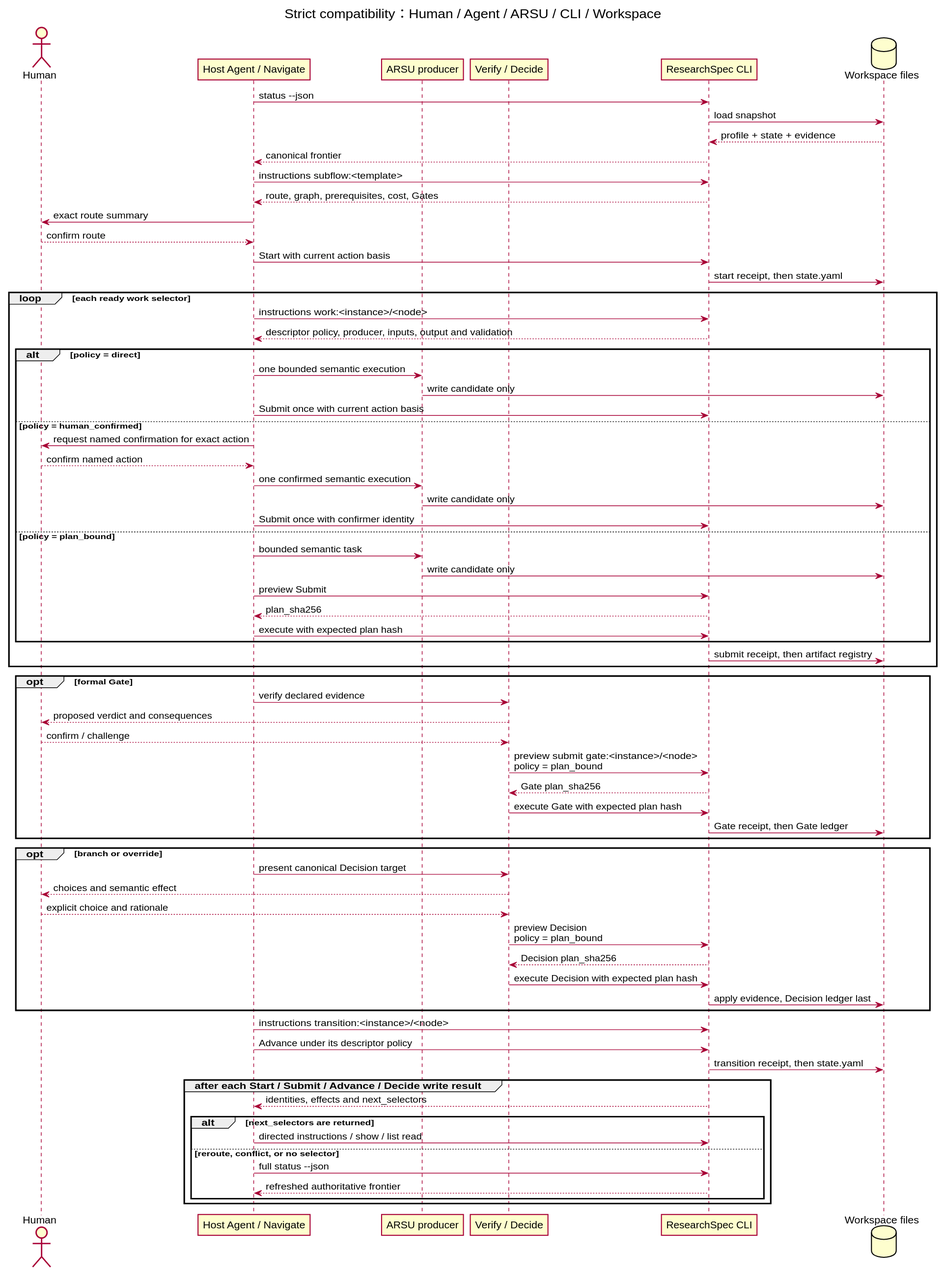
The PlantUML diagram docs/researchspec_arsu_runtime/diagrams/rendered/runtime-control-loop.svg in leike0813/ResearchSpec, before a commit. Its source is kept beside it as docs/researchspec_arsu_runtime/diagrams/src/runtime-control-loop.puml.
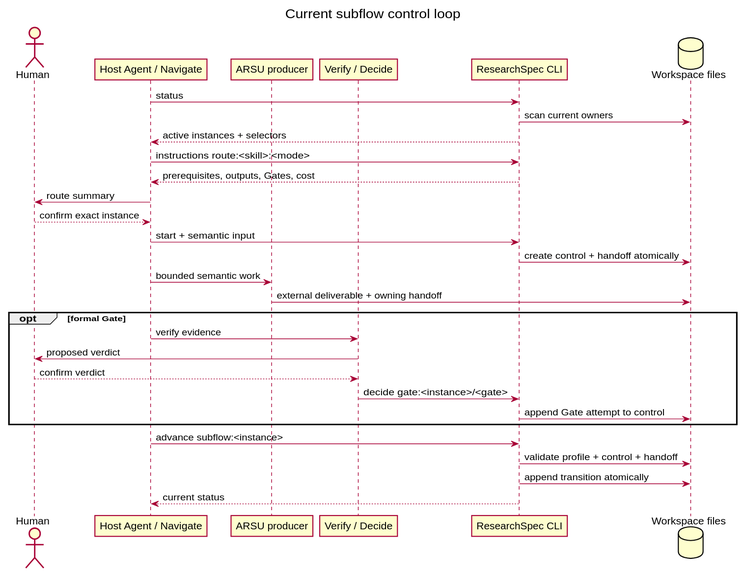
Later version of the same file.

What changed in the source:
```diff
@@ -1,5 +1,5 @@
 @startuml
-title Strict compatibility：Human / Agent / ARSU / CLI / Workspace
+title Current subflow control loop
 skinparam shadowing false
 actor Human
 participant "Host Agent / Navigate" as Agent
@@ -7,71 +7,26 @@
 participant "Verify / Decide" as Companion
 participant "ResearchSpec CLI" as CLI
 database "Workspace files" as Files
-
-Agent -> CLI : status --json
-CLI -> Files : load snapshot
-Files --> CLI : profile + state + evidence
-CLI --> Agent : canonical frontier
-Agent -> CLI : instructions subflow:<template>
-CLI --> Agent : route, graph, prerequisites, cost, Gates
-Agent -> Human : exact route summary
-Human --> Agent : confirm route
-Agent -> CLI : Start with current action basis
-CLI -> Files : start receipt, then state.yaml
-
-loop each ready work selector
-  Agent -> CLI : instructions work:<instance>/<node>
-  CLI --> Agent : descriptor policy, producer, inputs, output and validation
-  alt policy = direct
-    Agent -> ARSU : one bounded semantic execution
-    ARSU -> Files : write candidate only
-    Agent -> CLI : Submit once with current action basis
-  else policy = human_confirmed
-    Agent -> Human : request named confirmation for exact action
-    Human --> Agent : confirm named action
-    Agent -> ARSU : one confirmed semantic execution
-    ARSU -> Files : write candidate only
-    Agent -> CLI : Submit once with confirmer identity
-  else policy = plan_bound
-    Agent -> ARSU : bounded semantic task
-    ARSU -> Files : write candidate only
-    Agent -> CLI : preview Submit
-    CLI --> Agent : plan_sha256
-    Agent -> CLI : execute with expected plan hash
-  end
-  CLI -> Files : submit receipt, then artifact registry
+Agent -> CLI : status
+CLI -> Files : scan current owners
+CLI --> Agent : active instances + selectors
+Agent -> CLI : instructions route:<skill>:<mode>
+CLI --> Agent : prerequisites, outputs, Gates, cost
+Agent -> Human : route summary
+Human --> Agent : confirm exact instance
+Agent -> CLI : start + semantic input
+CLI -> Files : create control + handoff atomically
+Agent -> ARSU : bounded semantic work
+ARSU -> Files : external deliverable + owning handoff
+opt formal Gate
+  Agent -> Companion : verify evidence
+  Companion -> Human : proposed verdict
+  Human --> Companion : confirm verdict
+  Companion -> CLI : decide gate:<instance>/<gate>
+  CLI -> Files : append Gate attempt to control
 end
-
-opt formal Gate
-  Agent -> Companion : verify declared evidence
-  Companion --> Human : proposed verdict and consequences
-  Human --> Companion : confirm / challenge
-  Companion -> CLI : preview submit gate:<instance>/<node>\npolicy = plan_bound
-  CLI --> Companion : Gate plan_sha256
-  Companion -> CLI : execute Gate with expected plan hash
-  CLI -> Files : Gate receipt, then Gate ledger
-end
-
-opt branch or override
-  Agent -> Companion : present canonical Decision target
-  Companion --> Human : choices and semantic effect
-  Human --> Companion : explicit choice and rationale
-  Companion -> CLI : preview Decision\npolicy = plan_bound
-  CLI --> Companion : Decision plan_sha256
-  Companion -> CLI : execute Decision with expected plan hash
-  CLI -> Files : apply evidence, Decision ledger last
-end
-
-Agent -> CLI : instructions transition:<instance>/<node>
-Agent -> CLI : Advance under its descriptor policy
-CLI -> Files : transition receipt, then state.yaml
-group after each Start / Submit / Advance / Decide write result
-  CLI --> Agent : identities, effects and next_selectors
-  alt next_selectors are returned
-    Agent -> CLI : directed instructions / show / list read
-  else reroute, conflict, or no selector
-    Agent -> CLI : full status --json
-    CLI --> Agent : refreshed authoritative frontier
-  end
-end
+Agent -> CLI : advance subflow:<instance>
+CLI -> Files : validate profile + control + handoff
+CLI -> Files : append transition atomically
+CLI --> Agent : current status
 @enduml
```
